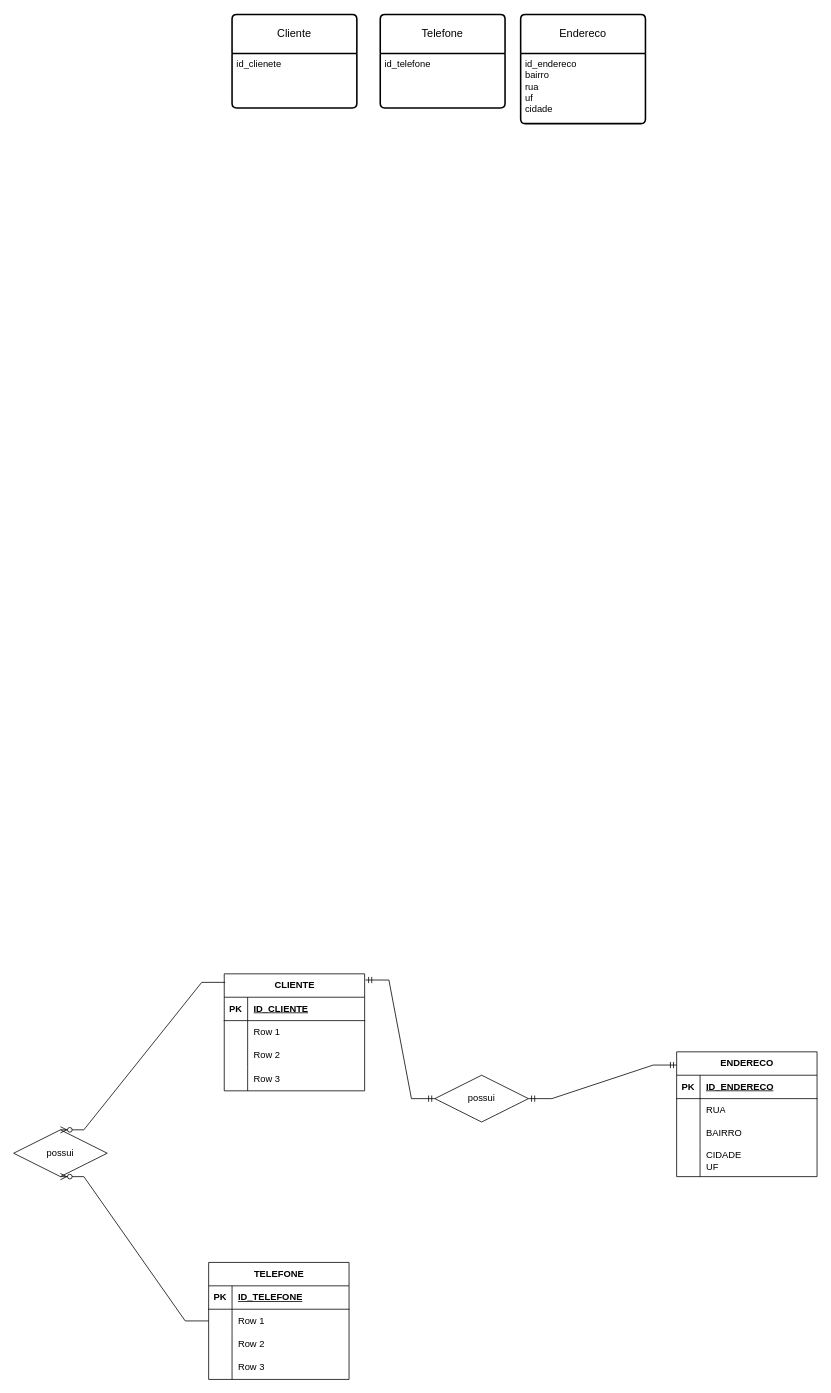
Before: cardinalidade.drawio in maurilio-sousa/exercicios_de_aula, a draw.io diagram. Source tidied: cells renumbered, new cells numbered last; positions are measured from the earlier drawing's top-left corner, leaving out a move shared by most shapes. Both pictures are drawn from the tidied source at 78%, with x=0, y=0 at pixel (-18, 14).
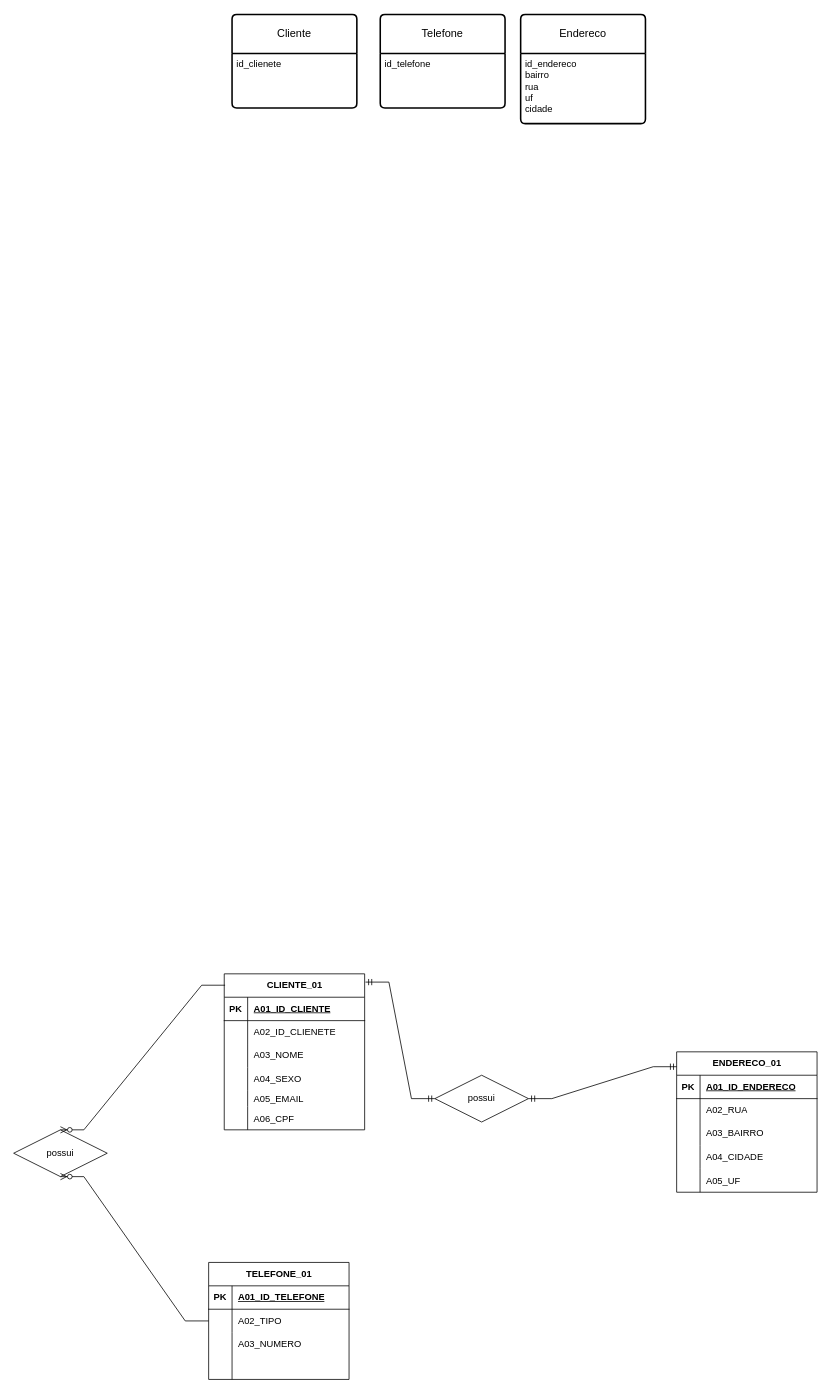
After the change.

Unchanged cells that the change refers to:
```xml
<mxCell id="9" style="shape=tableRow;horizontal=0;startSize=0;swimlaneHead=0;swimlaneBody=0;fillColor=none;top=0;left=0;right=0;bottom=1;" parent="8" vertex="1">
  <mxGeometry y="30" width="180" height="30" as="geometry" />
</mxCell>
<mxCell id="12" style="shape=tableRow;horizontal=0;startSize=0;swimlaneHead=0;swimlaneBody=0;fillColor=none;top=0;left=0;right=0;bottom=0;" parent="8" vertex="1">
  <mxGeometry y="60" width="180" height="30" as="geometry" />
</mxCell>
<mxCell id="15" style="shape=tableRow;horizontal=0;startSize=0;swimlaneHead=0;swimlaneBody=0;fillColor=none;top=0;left=0;right=0;bottom=0;" parent="8" vertex="1">
  <mxGeometry y="90" width="180" height="30" as="geometry" />
</mxCell>
<mxCell id="18" style="shape=tableRow;horizontal=0;startSize=0;swimlaneHead=0;swimlaneBody=0;fillColor=none;top=0;left=0;right=0;bottom=0;" parent="8" vertex="1">
  <mxGeometry y="120" width="180" height="30" as="geometry" />
</mxCell>
<mxCell id="22" style="shape=tableRow;horizontal=0;startSize=0;swimlaneHead=0;swimlaneBody=0;fillColor=none;top=0;left=0;right=0;bottom=1;" parent="21" vertex="1">
  <mxGeometry y="30" width="180" height="30" as="geometry" />
</mxCell>
<mxCell id="25" style="shape=tableRow;horizontal=0;startSize=0;swimlaneHead=0;swimlaneBody=0;fillColor=none;top=0;left=0;right=0;bottom=0;" parent="21" vertex="1">
  <mxGeometry y="60" width="180" height="30" as="geometry" />
</mxCell>
<mxCell id="28" style="shape=tableRow;horizontal=0;startSize=0;swimlaneHead=0;swimlaneBody=0;fillColor=none;top=0;left=0;right=0;bottom=0;" parent="21" vertex="1">
  <mxGeometry y="90" width="180" height="30" as="geometry" />
</mxCell>
<mxCell id="31" style="shape=tableRow;horizontal=0;startSize=0;swimlaneHead=0;swimlaneBody=0;fillColor=none;top=0;left=0;right=0;bottom=0;" parent="21" vertex="1">
  <mxGeometry y="120" width="180" height="30" as="geometry" />
</mxCell>
<mxCell id="35" style="shape=tableRow;horizontal=0;startSize=0;swimlaneHead=0;swimlaneBody=0;fillColor=none;top=0;left=0;right=0;bottom=1;" parent="34" vertex="1">
  <mxGeometry y="30" width="180" height="30" as="geometry" />
</mxCell>
<mxCell id="38" style="shape=tableRow;horizontal=0;startSize=0;swimlaneHead=0;swimlaneBody=0;fillColor=none;top=0;left=0;right=0;bottom=0;" parent="34" vertex="1">
  <mxGeometry y="60" width="180" height="30" as="geometry" />
</mxCell>
<mxCell id="41" style="shape=tableRow;horizontal=0;startSize=0;swimlaneHead=0;swimlaneBody=0;fillColor=none;top=0;left=0;right=0;bottom=0;" parent="34" vertex="1">
  <mxGeometry y="90" width="180" height="30" as="geometry" />
</mxCell>
```

The edit, as a diff of the source:
```diff
@@
-    <mxCell id="8" value="CLIENTE" style="shape=table;startSize=30;childLayout=tableLayout;rowLines=0;fontStyle=1;align=center;html=1;" parent="1" vertex="1">
-      <mxGeometry x="310" y="1230" width="180" height="150" as="geometry" />
+    <mxCell id="8" value="CLIENTE_01" style="shape=table;startSize=30;childLayout=tableLayout;rowLines=0;fontStyle=1;align=center;html=1;" parent="1" vertex="1">
+      <mxGeometry x="310" y="1230" width="180" height="200" as="geometry" />
     </mxCell>
@@
-    <mxCell id="11" value="ID_CLIENTE" style="shape=partialRectangle;fillColor=none;top=0;left=0;bottom=0;right=0;align=left;spacingLeft=6;fontStyle=5;overflow=hidden;whiteSpace=wrap;html=1;" parent="9" vertex="1">
+    <mxCell id="11" value="A01_ID_CLIENTE" style="shape=partialRectangle;fillColor=none;top=0;left=0;bottom=0;right=0;align=left;spacingLeft=6;fontStyle=5;overflow=hidden;whiteSpace=wrap;html=1;" parent="9" vertex="1">
       <mxGeometry x="30" width="150" height="30" as="geometry" />
     </mxCell>
@@
-    <mxCell id="14" value="Row 1" style="shape=partialRectangle;fillColor=none;top=0;left=0;bottom=0;right=0;align=left;spacingLeft=6;overflow=hidden;whiteSpace=wrap;html=1;" parent="12" vertex="1">
+    <mxCell id="14" value="A02_ID_CLIENETE" style="shape=partialRectangle;fillColor=none;top=0;left=0;bottom=0;right=0;align=left;spacingLeft=6;overflow=hidden;whiteSpace=wrap;html=1;" parent="12" vertex="1">
       <mxGeometry x="30" width="150" height="30" as="geometry" />
     </mxCell>
@@
-    <mxCell id="17" value="Row 2" style="shape=partialRectangle;fillColor=none;top=0;left=0;bottom=0;right=0;align=left;spacingLeft=6;overflow=hidden;whiteSpace=wrap;html=1;" parent="15" vertex="1">
+    <mxCell id="17" value="A03_NOME" style="shape=partialRectangle;fillColor=none;top=0;left=0;bottom=0;right=0;align=left;spacingLeft=6;overflow=hidden;whiteSpace=wrap;html=1;" parent="15" vertex="1">
       <mxGeometry x="30" width="150" height="30" as="geometry" />
     </mxCell>
@@
-    <mxCell id="20" value="Row 3" style="shape=partialRectangle;fillColor=none;top=0;left=0;bottom=0;right=0;align=left;spacingLeft=6;overflow=hidden;whiteSpace=wrap;html=1;" parent="18" vertex="1">
+    <mxCell id="20" value="A04_SEXO" style="shape=partialRectangle;fillColor=none;top=0;left=0;bottom=0;right=0;align=left;spacingLeft=6;overflow=hidden;whiteSpace=wrap;html=1;" parent="18" vertex="1">
       <mxGeometry x="30" width="150" height="30" as="geometry" />
     </mxCell>
+    <mxCell id="53" style="shape=tableRow;horizontal=0;startSize=0;swimlaneHead=0;swimlaneBody=0;fillColor=none;top=0;left=0;right=0;bottom=0;" parent="8" vertex="1">
+      <mxGeometry y="150" width="180" height="20" as="geometry" />
+    </mxCell>
+    <mxCell id="54" style="shape=partialRectangle;fillColor=none;top=0;left=0;bottom=0;right=0;overflow=hidden;" parent="53" vertex="1">
+      <mxGeometry width="30" height="20" as="geometry" />
+    </mxCell>
+    <mxCell id="55" value="A05_EMAIL" style="shape=partialRectangle;fillColor=none;top=0;left=0;bottom=0;right=0;align=left;spacingLeft=6;overflow=hidden;" parent="53" vertex="1">
+      <mxGeometry x="30" width="150" height="20" as="geometry" />
+    </mxCell>
+    <mxCell id="56" style="shape=tableRow;horizontal=0;startSize=0;swimlaneHead=0;swimlaneBody=0;fillColor=none;top=0;left=0;right=0;bottom=0;" parent="8" vertex="1">
+      <mxGeometry y="170" width="180" height="30" as="geometry" />
+    </mxCell>
+    <mxCell id="57" style="shape=partialRectangle;fillColor=none;top=0;left=0;bottom=0;right=0;overflow=hidden;" parent="56" vertex="1">
+      <mxGeometry width="30" height="30" as="geometry" />
+    </mxCell>
+    <mxCell id="58" value="A06_CPF" style="shape=partialRectangle;fillColor=none;top=0;left=0;bottom=0;right=0;align=left;spacingLeft=6;overflow=hidden;" parent="56" vertex="1">
+      <mxGeometry x="30" width="150" height="30" as="geometry" />
+    </mxCell>
-    <mxCell id="21" value="TELEFONE" style="shape=table;startSize=30;childLayout=tableLayout;rowLines=0;fontStyle=1;align=center;html=1;" parent="1" vertex="1">
+    <mxCell id="21" value="TELEFONE_01" style="shape=table;startSize=30;childLayout=tableLayout;rowLines=0;fontStyle=1;align=center;html=1;" parent="1" vertex="1">
       <mxGeometry x="290" y="1600" width="180" height="150" as="geometry" />
     </mxCell>
@@
-    <mxCell id="24" value="ID_TELEFONE" style="shape=partialRectangle;fillColor=none;top=0;left=0;bottom=0;right=0;align=left;spacingLeft=6;fontStyle=5;overflow=hidden;whiteSpace=wrap;html=1;" parent="22" vertex="1">
+    <mxCell id="24" value="A01_ID_TELEFONE" style="shape=partialRectangle;fillColor=none;top=0;left=0;bottom=0;right=0;align=left;spacingLeft=6;fontStyle=5;overflow=hidden;whiteSpace=wrap;html=1;" parent="22" vertex="1">
       <mxGeometry x="30" width="150" height="30" as="geometry" />
     </mxCell>
@@
-    <mxCell id="27" value="Row 1" style="shape=partialRectangle;fillColor=none;top=0;left=0;bottom=0;right=0;align=left;spacingLeft=6;overflow=hidden;whiteSpace=wrap;html=1;" parent="25" vertex="1">
+    <mxCell id="27" value="A02_TIPO" style="shape=partialRectangle;fillColor=none;top=0;left=0;bottom=0;right=0;align=left;spacingLeft=6;overflow=hidden;whiteSpace=wrap;html=1;" parent="25" vertex="1">
       <mxGeometry x="30" width="150" height="30" as="geometry" />
     </mxCell>
@@
-    <mxCell id="30" value="Row 2" style="shape=partialRectangle;fillColor=none;top=0;left=0;bottom=0;right=0;align=left;spacingLeft=6;overflow=hidden;whiteSpace=wrap;html=1;" parent="28" vertex="1">
+    <mxCell id="30" value="A03_NUMERO" style="shape=partialRectangle;fillColor=none;top=0;left=0;bottom=0;right=0;align=left;spacingLeft=6;overflow=hidden;whiteSpace=wrap;html=1;" parent="28" vertex="1">
       <mxGeometry x="30" width="150" height="30" as="geometry" />
     </mxCell>
@@
-    <mxCell id="33" value="Row 3" style="shape=partialRectangle;fillColor=none;top=0;left=0;bottom=0;right=0;align=left;spacingLeft=6;overflow=hidden;whiteSpace=wrap;html=1;" parent="31" vertex="1">
+    <mxCell id="33" style="shape=partialRectangle;fillColor=none;top=0;left=0;bottom=0;right=0;align=left;spacingLeft=6;overflow=hidden;whiteSpace=wrap;html=1;" parent="31" vertex="1">
       <mxGeometry x="30" width="150" height="30" as="geometry" />
     </mxCell>
-    <mxCell id="34" value="ENDERECO" style="shape=table;startSize=30;childLayout=tableLayout;rowLines=0;fontStyle=1;align=center;html=1;" parent="1" vertex="1">
-      <mxGeometry x="890" y="1330" width="180" height="160" as="geometry" />
+    <mxCell id="34" value="ENDERECO_01" style="shape=table;startSize=30;childLayout=tableLayout;rowLines=0;fontStyle=1;align=center;html=1;" parent="1" vertex="1">
+      <mxGeometry x="890" y="1330" width="180" height="180" as="geometry" />
     </mxCell>
@@
-    <mxCell id="37" value="ID_ENDERECO" style="shape=partialRectangle;fillColor=none;top=0;left=0;bottom=0;right=0;align=left;spacingLeft=6;fontStyle=5;overflow=hidden;whiteSpace=wrap;html=1;" parent="35" vertex="1">
+    <mxCell id="37" value="A01_ID_ENDERECO" style="shape=partialRectangle;fillColor=none;top=0;left=0;bottom=0;right=0;align=left;spacingLeft=6;fontStyle=5;overflow=hidden;whiteSpace=wrap;html=1;" parent="35" vertex="1">
       <mxGeometry x="30" width="150" height="30" as="geometry" />
     </mxCell>
@@
-    <mxCell id="40" value="RUA" style="shape=partialRectangle;fillColor=none;top=0;left=0;bottom=0;right=0;align=left;spacingLeft=6;overflow=hidden;whiteSpace=wrap;html=1;" parent="38" vertex="1">
+    <mxCell id="40" value="A02_RUA" style="shape=partialRectangle;fillColor=none;top=0;left=0;bottom=0;right=0;align=left;spacingLeft=6;overflow=hidden;whiteSpace=wrap;html=1;" parent="38" vertex="1">
       <mxGeometry x="30" width="150" height="30" as="geometry" />
     </mxCell>
@@
-    <mxCell id="43" value="BAIRRO" style="shape=partialRectangle;fillColor=none;top=0;left=0;bottom=0;right=0;align=left;spacingLeft=6;overflow=hidden;whiteSpace=wrap;html=1;" parent="41" vertex="1">
+    <mxCell id="43" value="A03_BAIRRO" style="shape=partialRectangle;fillColor=none;top=0;left=0;bottom=0;right=0;align=left;spacingLeft=6;overflow=hidden;whiteSpace=wrap;html=1;" parent="41" vertex="1">
       <mxGeometry x="30" width="150" height="30" as="geometry" />
     </mxCell>
     <mxCell id="44" style="shape=tableRow;horizontal=0;startSize=0;swimlaneHead=0;swimlaneBody=0;fillColor=none;top=0;left=0;right=0;bottom=0;" parent="34" vertex="1">
-      <mxGeometry y="120" width="180" height="40" as="geometry" />
+      <mxGeometry y="120" width="180" height="30" as="geometry" />
     </mxCell>
     <mxCell id="45" style="shape=partialRectangle;fillColor=none;top=0;left=0;bottom=0;right=0;overflow=hidden;whiteSpace=wrap;html=1;" parent="44" vertex="1">
-      <mxGeometry width="30" height="40" as="geometry" />
+      <mxGeometry width="30" height="30" as="geometry" />
     </mxCell>
-    <mxCell id="46" value="CIDADE&lt;div&gt;UF&lt;/div&gt;" style="shape=partialRectangle;fillColor=none;top=0;left=0;bottom=0;right=0;align=left;spacingLeft=6;overflow=hidden;whiteSpace=wrap;html=1;" parent="44" vertex="1">
-      <mxGeometry x="30" width="150" height="40" as="geometry" />
+    <mxCell id="46" value="A04_CIDADE" style="shape=partialRectangle;fillColor=none;top=0;left=0;bottom=0;right=0;align=left;spacingLeft=6;overflow=hidden;whiteSpace=wrap;html=1;" parent="44" vertex="1">
+      <mxGeometry x="30" width="150" height="30" as="geometry" />
     </mxCell>
+    <mxCell id="59" style="shape=tableRow;horizontal=0;startSize=0;swimlaneHead=0;swimlaneBody=0;fillColor=none;top=0;left=0;right=0;bottom=0;" parent="34" vertex="1">
+      <mxGeometry y="150" width="180" height="30" as="geometry" />
+    </mxCell>
+    <mxCell id="60" style="shape=partialRectangle;fillColor=none;top=0;left=0;bottom=0;right=0;overflow=hidden;" parent="59" vertex="1">
+      <mxGeometry width="30" height="30" as="geometry" />
+    </mxCell>
+    <mxCell id="61" value="A05_UF" style="shape=partialRectangle;fillColor=none;top=0;left=0;bottom=0;right=0;align=left;spacingLeft=6;overflow=hidden;" parent="59" vertex="1">
+      <mxGeometry x="30" width="150" height="30" as="geometry" />
+    </mxCell>
```
